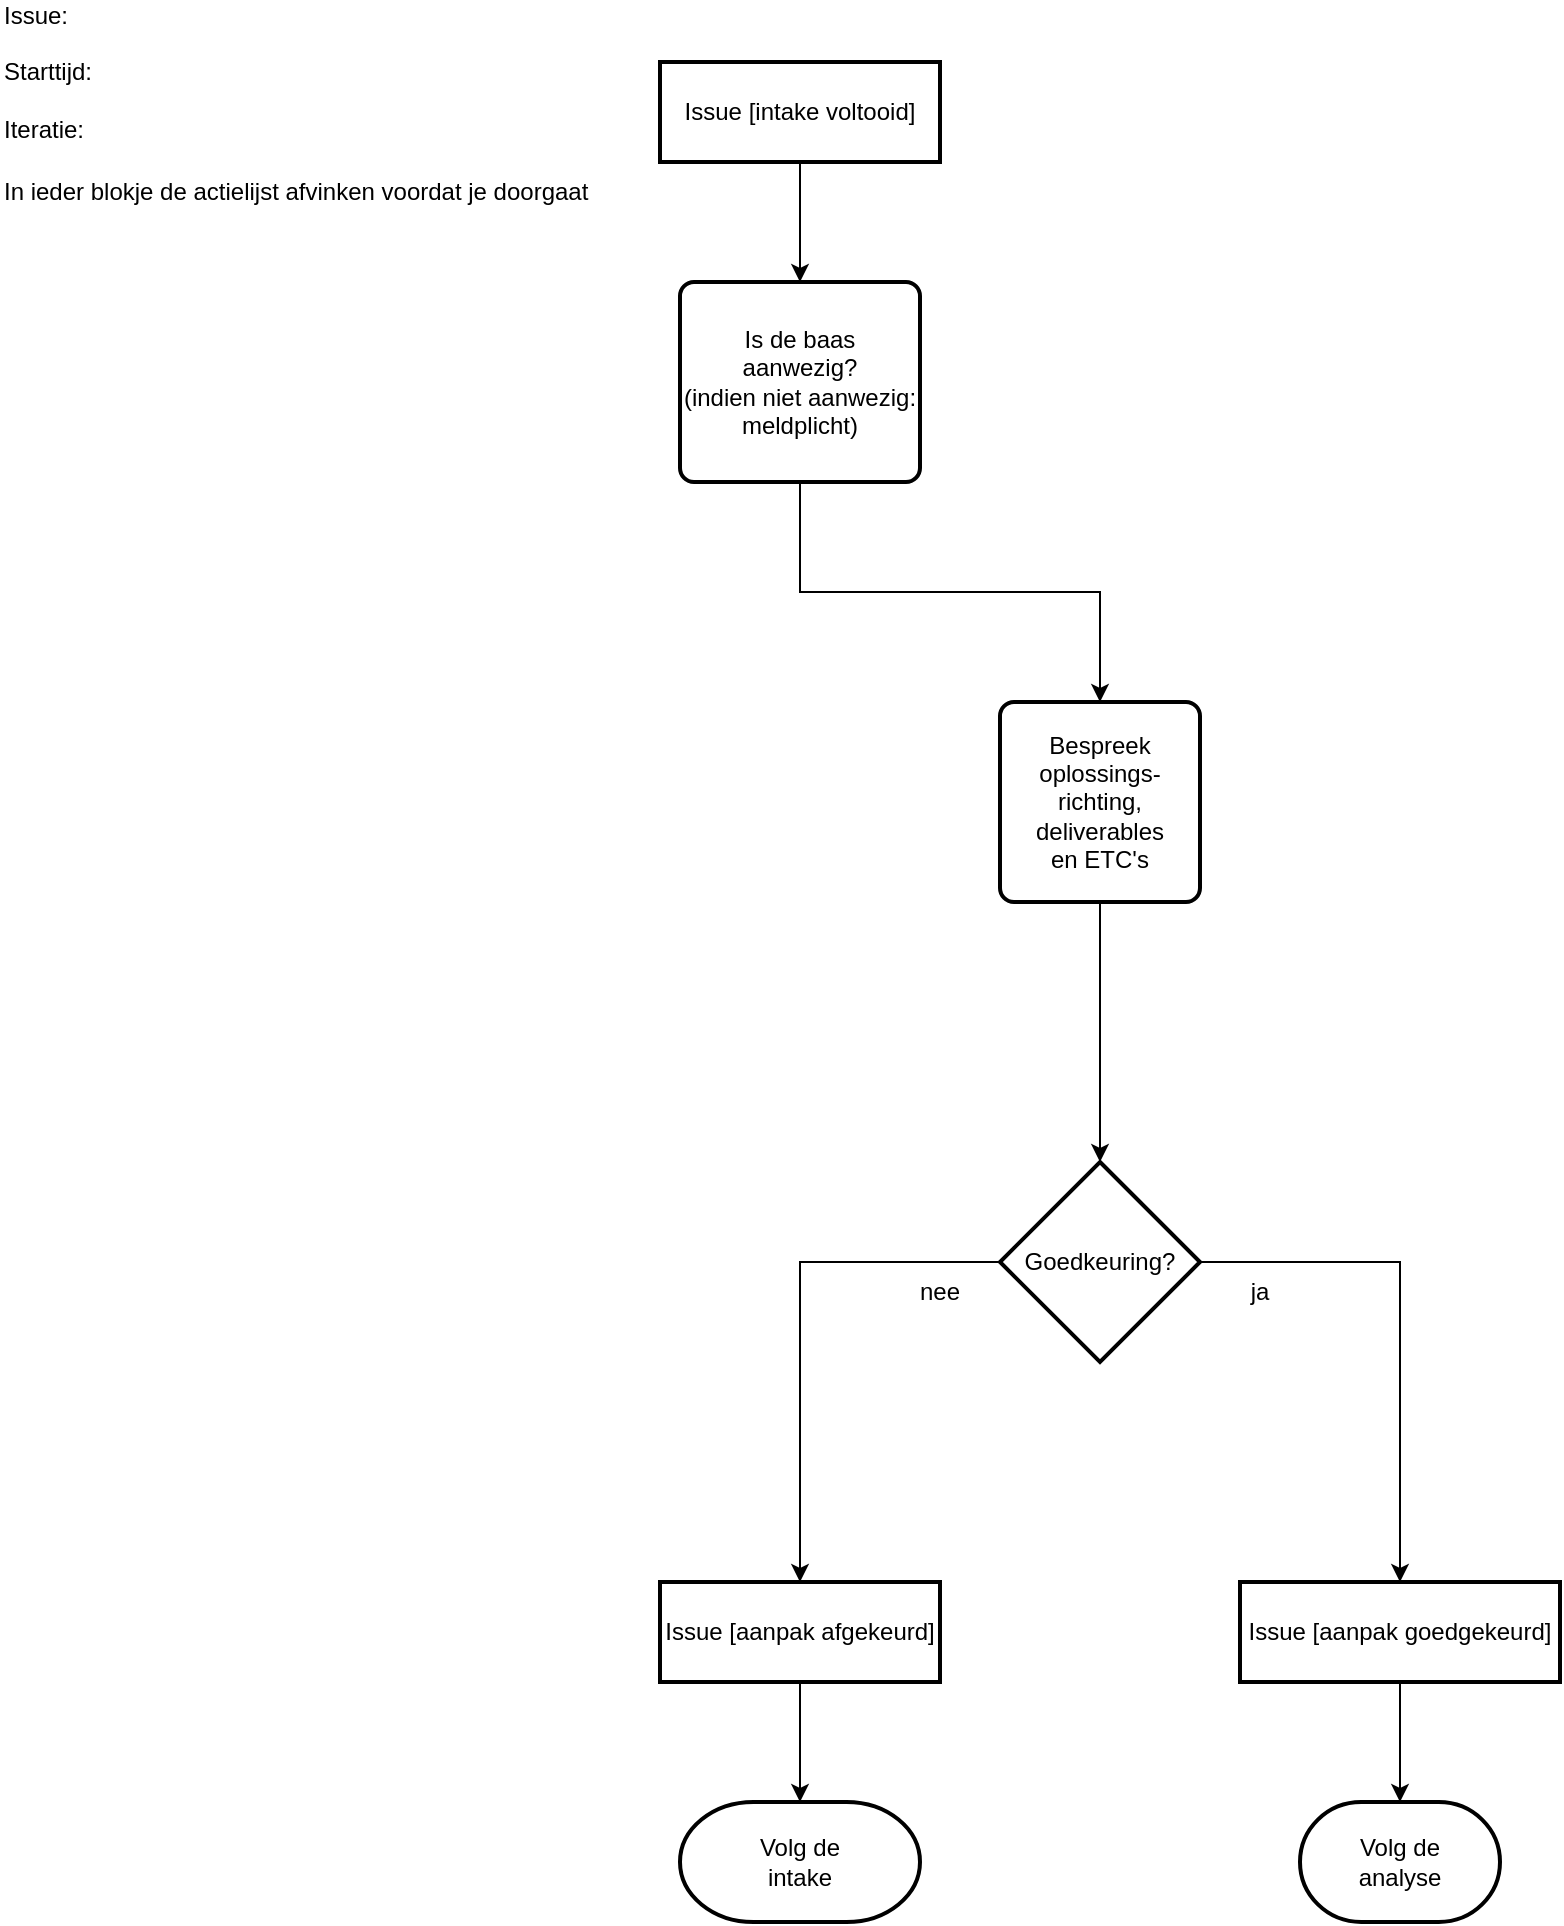
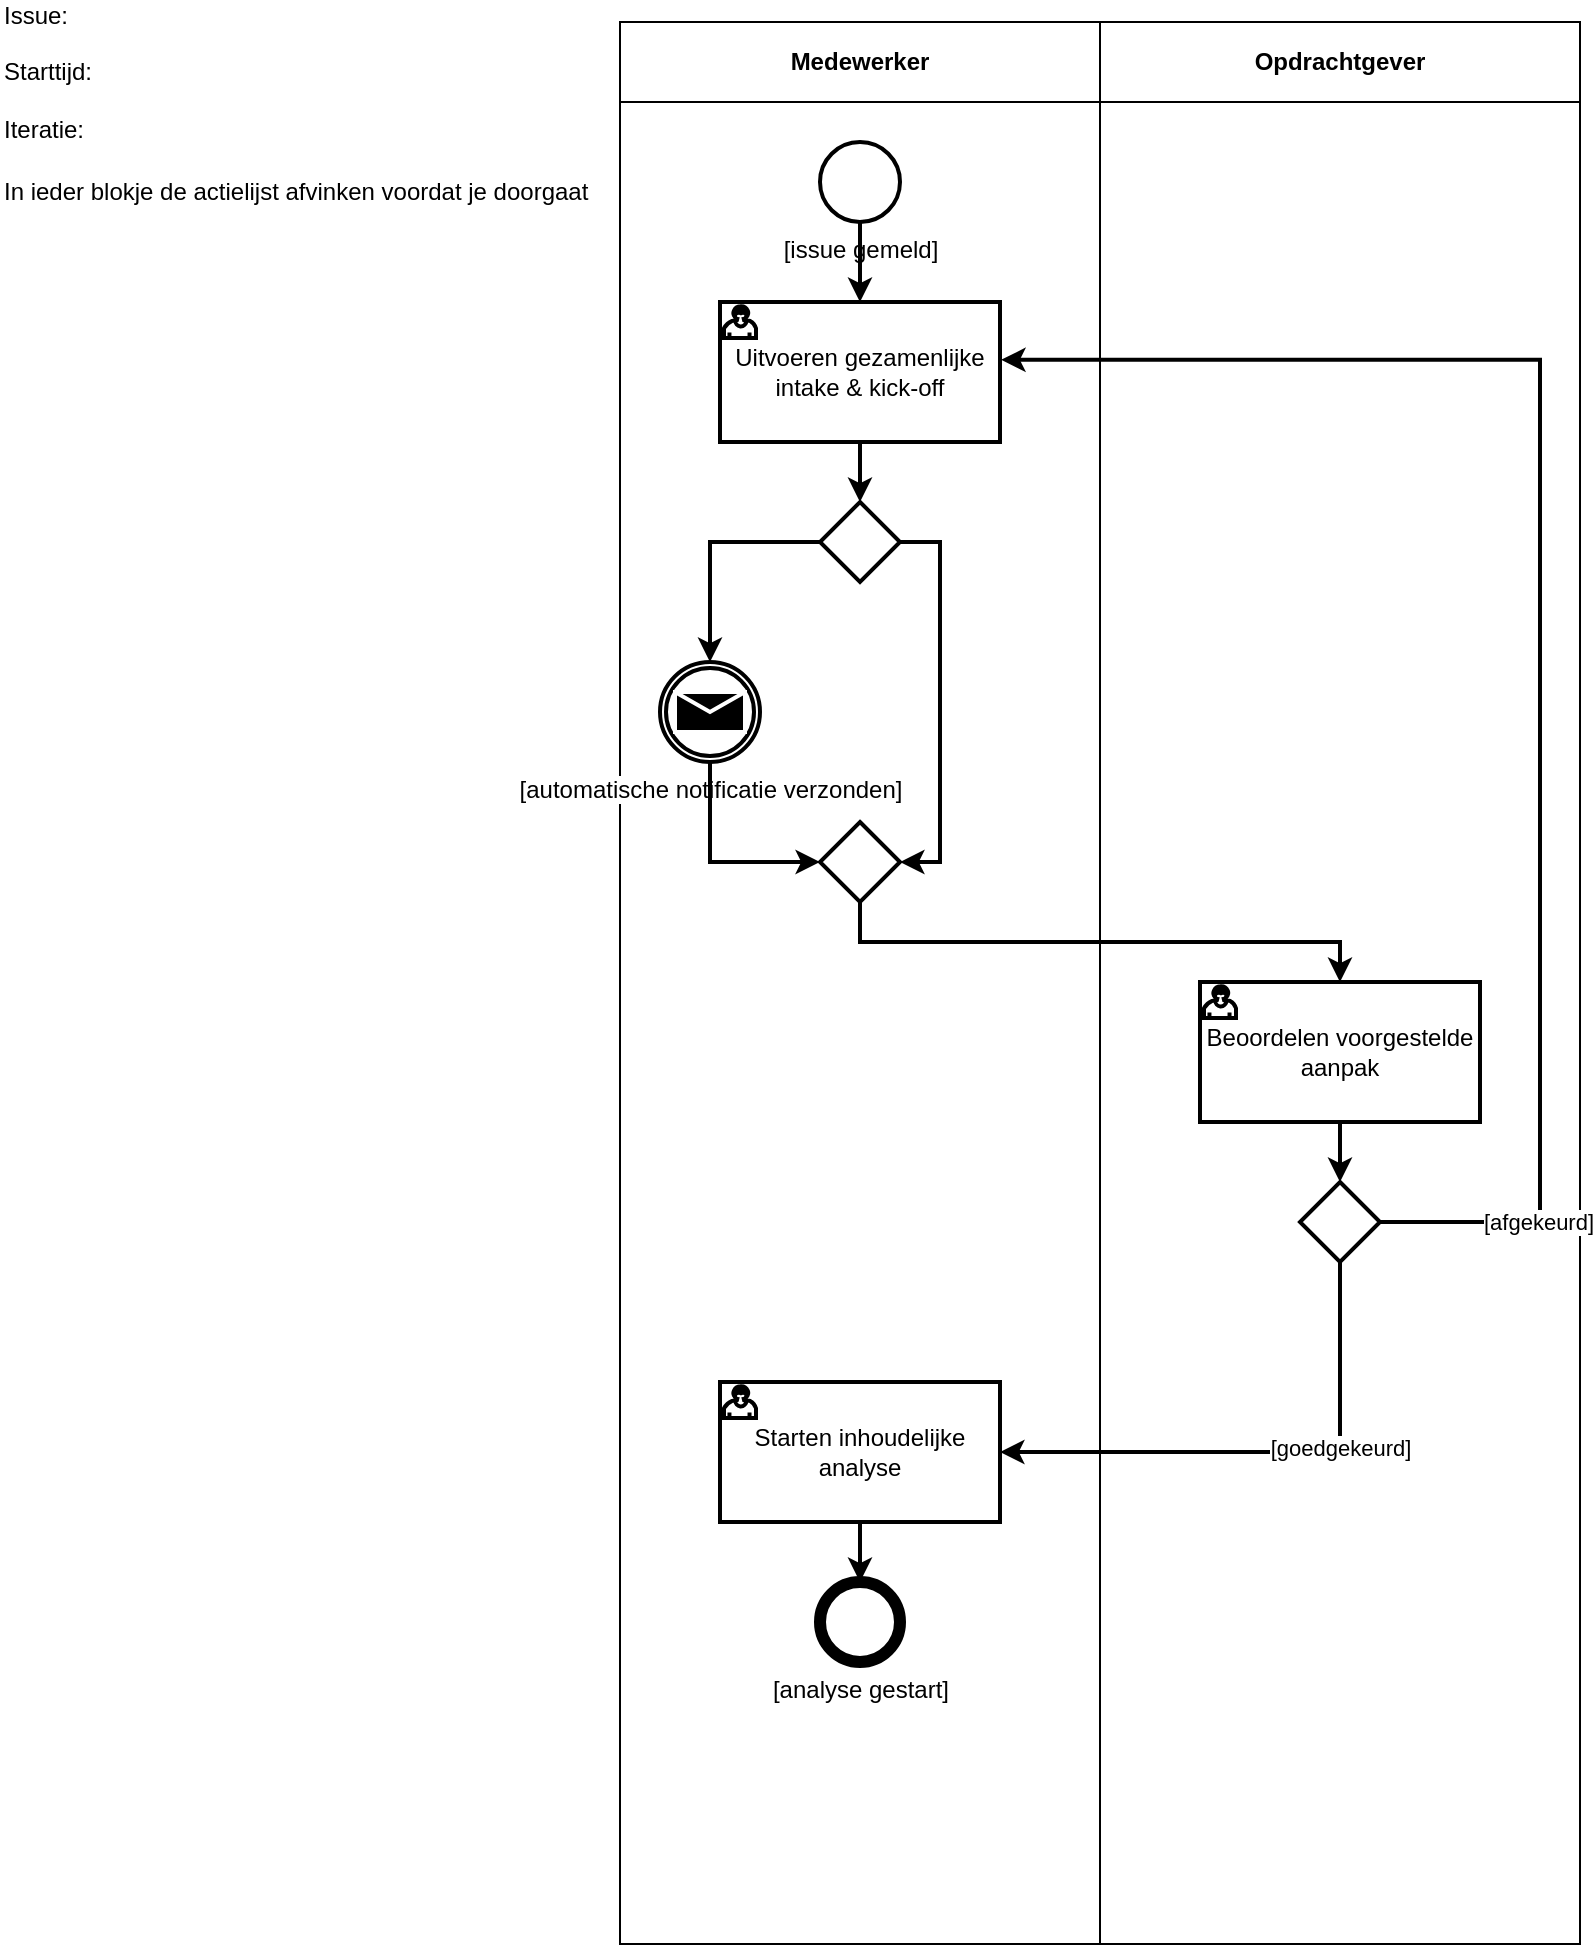
<mxfile host="Electron" agent="Mozilla/5.0 (Windows NT 10.0; Win64; x64) AppleWebKit/537.36 (KHTML, like Gecko) Chrome/143.0.0.0 Safari/537.36">
  <diagram name="Page-1" id="XNishPgJ8gbamc2b0VwM">
-     <mxGraphModel dx="1460" dy="999" grid="1" gridSize="10" guides="1" tooltips="1" connect="1" arrows="1" fold="1" page="1" pageScale="1" pageWidth="827" pageHeight="1169" math="0" shadow="0">
+     <mxGraphModel dx="2087" dy="999" grid="1" gridSize="10" guides="1" tooltips="1" connect="1" arrows="1" fold="1" page="1" pageScale="1" pageWidth="827" pageHeight="1169" math="0" shadow="0">
      <root>
        <mxCell id="0" />
        <mxCell id="1" parent="0" />
-         <object label="Issue [intake voltooid]" id="XehhIzECJeRqZ1Lm04T6-1">
-           <mxCell parent="1" style="rounded=0;whiteSpace=wrap;html=1;strokeWidth=2;" vertex="1">
-             <mxGeometry height="50" width="140" x="340" y="40" as="geometry" />
-           </mxCell>
-         </object>
-         <object label="Goedkeuring?" Action="203" id="XehhIzECJeRqZ1Lm04T6-2">
-           <mxCell parent="1" style="strokeWidth=2;html=1;shape=mxgraph.flowchart.decision;whiteSpace=wrap;" vertex="1">
-             <mxGeometry height="100" width="100" x="510" y="590" as="geometry" />
-           </mxCell>
-         </object>
-         <mxCell id="XehhIzECJeRqZ1Lm04T6-3" parent="1" style="text;html=1;whiteSpace=wrap;strokeColor=none;fillColor=none;align=center;verticalAlign=middle;rounded=0;" value="ja" vertex="1">
-           <mxGeometry height="30" width="60" x="610" y="640" as="geometry" />
+         <mxCell id="mIc6XLMKuAxiAPNymMe0-18" parent="1" style="shape=table;startSize=0;container=1;collapsible=0;childLayout=tableLayout;fixedHeader=1;" value="" vertex="1">
+           <mxGeometry height="961" width="480" x="320" y="20" as="geometry" />
        </mxCell>
-         <mxCell id="XehhIzECJeRqZ1Lm04T6-5" parent="1" style="text;html=1;whiteSpace=wrap;strokeColor=none;fillColor=none;align=center;verticalAlign=middle;rounded=0;" value="nee" vertex="1">
-           <mxGeometry height="30" width="60" x="450" y="640" as="geometry" />
+         <mxCell id="mIc6XLMKuAxiAPNymMe0-19" parent="mIc6XLMKuAxiAPNymMe0-18" style="shape=tableRow;horizontal=0;startSize=0;swimlaneHead=0;swimlaneBody=0;strokeColor=inherit;top=0;left=0;bottom=0;right=0;collapsible=0;dropTarget=0;fillColor=none;points=[[0,0.5],[1,0.5]];portConstraint=eastwest;fixedHeader=1;" value="" vertex="1">
+           <mxGeometry height="40" width="480" as="geometry" />
        </mxCell>
-         <object label="Volg de&lt;br&gt;analyse" Action="203T" id="XehhIzECJeRqZ1Lm04T6-6">
-           <mxCell parent="1" style="strokeWidth=2;html=1;shape=mxgraph.flowchart.terminator;whiteSpace=wrap;" vertex="1">
-             <mxGeometry height="60" width="100" x="660" y="910" as="geometry" />
-           </mxCell>
-         </object>
-         <mxCell id="XehhIzECJeRqZ1Lm04T6-7" edge="1" parent="1" source="XehhIzECJeRqZ1Lm04T6-2" style="edgeStyle=orthogonalEdgeStyle;rounded=0;orthogonalLoop=1;jettySize=auto;html=1;exitX=0;exitY=0.5;exitDx=0;exitDy=0;exitPerimeter=0;entryX=0.5;entryY=0;entryDx=0;entryDy=0;" target="object_aanpak_afgekeurd">
-           <mxGeometry relative="1" as="geometry" />
+         <mxCell id="mIc6XLMKuAxiAPNymMe0-20" parent="mIc6XLMKuAxiAPNymMe0-19" style="shape=partialRectangle;html=1;whiteSpace=wrap;connectable=0;strokeColor=inherit;overflow=hidden;fillColor=none;top=0;left=0;bottom=0;right=0;pointerEvents=1;" value="&lt;b&gt;Medewerker&lt;/b&gt;" vertex="1">
+           <mxGeometry height="40" width="240" as="geometry">
+             <mxRectangle height="40" width="240" as="alternateBounds" />
+           </mxGeometry>
        </mxCell>
-         <mxCell id="XehhIzECJeRqZ1Lm04T6-8" edge="1" parent="1" source="XehhIzECJeRqZ1Lm04T6-2" style="edgeStyle=orthogonalEdgeStyle;rounded=0;orthogonalLoop=1;jettySize=auto;html=1;exitX=1;exitY=0.5;exitDx=0;exitDy=0;exitPerimeter=0;entryX=0.5;entryY=0;entryDx=0;entryDy=0;" target="object_aanpak_goedgekeurd">
-           <mxGeometry relative="1" as="geometry" />
+         <mxCell id="mIc6XLMKuAxiAPNymMe0-21" parent="mIc6XLMKuAxiAPNymMe0-19" style="shape=partialRectangle;html=1;whiteSpace=wrap;connectable=0;strokeColor=inherit;overflow=hidden;fillColor=none;top=0;left=0;bottom=0;right=0;pointerEvents=1;" value="&lt;b&gt;Opdrachtgever&lt;/b&gt;" vertex="1">
+           <mxGeometry height="40" width="240" x="240" as="geometry">
+             <mxRectangle height="40" width="240" as="alternateBounds" />
+           </mxGeometry>
        </mxCell>
-         <object label="Issue [aanpak afgekeurd]" id="object_aanpak_afgekeurd">
-           <mxCell parent="1" style="rounded=0;whiteSpace=wrap;html=1;strokeWidth=2;" vertex="1">
-             <mxGeometry height="50" width="140" x="340" y="800" as="geometry" />
-           </mxCell>
-         </object>
-         <object label="Volg de&lt;br&gt;intake" Action="203F" id="terminator_volg_afgestemde_status">
-           <mxCell parent="1" style="strokeWidth=2;html=1;shape=mxgraph.flowchart.terminator;whiteSpace=wrap;" vertex="1">
-             <mxGeometry height="60" width="120" x="350" y="910" as="geometry" />
-           </mxCell>
-         </object>
-         <mxCell id="edge_afgekeurd_to_volg" edge="1" parent="1" source="object_aanpak_afgekeurd" style="edgeStyle=orthogonalEdgeStyle;rounded=0;orthogonalLoop=1;jettySize=auto;html=1;exitX=0.5;exitY=1;exitDx=0;exitDy=0;entryX=0.5;entryY=0;entryDx=0;entryDy=0;" target="terminator_volg_afgestemde_status" value="">
-           <mxGeometry relative="1" as="geometry" />
+         <mxCell id="mIc6XLMKuAxiAPNymMe0-22" parent="mIc6XLMKuAxiAPNymMe0-18" style="shape=tableRow;horizontal=0;startSize=0;swimlaneHead=0;swimlaneBody=0;strokeColor=inherit;top=0;left=0;bottom=0;right=0;collapsible=0;dropTarget=0;fillColor=none;points=[[0,0.5],[1,0.5]];portConstraint=eastwest;fixedHeader=1;" value="" vertex="1">
+           <mxGeometry height="921" width="480" y="40" as="geometry" />
        </mxCell>
-         <object label="Issue [aanpak goedgekeurd]" id="object_aanpak_goedgekeurd">
-           <mxCell parent="1" style="rounded=0;whiteSpace=wrap;html=1;strokeWidth=2;" vertex="1">
-             <mxGeometry height="50" width="160" x="630" y="800" as="geometry" />
-           </mxCell>
-         </object>
-         <mxCell id="edge_goedgekeurd_to_terminator" edge="1" parent="1" source="object_aanpak_goedgekeurd" style="edgeStyle=orthogonalEdgeStyle;rounded=0;orthogonalLoop=1;jettySize=auto;html=1;" target="XehhIzECJeRqZ1Lm04T6-6" value="">
-           <mxGeometry relative="1" as="geometry" />
+         <mxCell id="mIc6XLMKuAxiAPNymMe0-23" parent="mIc6XLMKuAxiAPNymMe0-22" style="shape=partialRectangle;html=1;whiteSpace=wrap;connectable=0;strokeColor=inherit;overflow=hidden;fillColor=none;top=0;left=0;bottom=0;right=0;pointerEvents=1;" value="" vertex="1">
+           <mxGeometry height="921" width="240" as="geometry">
+             <mxRectangle height="921" width="240" as="alternateBounds" />
+           </mxGeometry>
+         </mxCell>
+         <mxCell id="mIc6XLMKuAxiAPNymMe0-24" parent="mIc6XLMKuAxiAPNymMe0-22" style="shape=partialRectangle;html=1;whiteSpace=wrap;connectable=0;strokeColor=inherit;overflow=hidden;fillColor=none;top=0;left=0;bottom=0;right=0;pointerEvents=1;" value="" vertex="1">
+           <mxGeometry height="921" width="240" x="240" as="geometry">
+             <mxRectangle height="921" width="240" as="alternateBounds" />
+           </mxGeometry>
        </mxCell>
        <mxCell id="XehhIzECJeRqZ1Lm04T6-9" parent="1" style="text;html=1;align=left;verticalAlign=middle;whiteSpace=wrap;rounded=0;" value="Issue:&amp;nbsp; &amp;nbsp;&lt;br&gt;&lt;br&gt;Starttijd:&lt;br&gt;&lt;br&gt;Iteratie:&amp;nbsp;" vertex="1">
          <mxGeometry height="30" width="60" x="10" y="30" as="geometry" />
        </mxCell>
-         <mxCell id="XehhIzECJeRqZ1Lm04T6-10" edge="1" parent="1" source="XehhIzECJeRqZ1Lm04T6-11" style="edgeStyle=orthogonalEdgeStyle;rounded=0;orthogonalLoop=1;jettySize=auto;html=1;exitX=0.5;exitY=1;exitDx=0;exitDy=0;entryX=0.5;entryY=0;entryDx=0;entryDy=0;" target="XehhIzECJeRqZ1Lm04T6-19">
+         <mxCell id="XehhIzECJeRqZ1Lm04T6-21" parent="1" style="text;html=1;whiteSpace=wrap;strokeColor=none;fillColor=none;align=left;verticalAlign=middle;rounded=0;labelPosition=center;verticalLabelPosition=middle;" value="In ieder blokje de actielijst afvinken voordat je doorgaat" vertex="1">
+           <mxGeometry height="30" width="300" x="10" y="90" as="geometry" />
+         </mxCell>
+         <object label="[issue gemeld]" id="bpmn_start_event">
+           <mxCell parent="1" style="shape=mxgraph.bpmn.event;html=1;verticalLabelPosition=bottom;labelBackgroundColor=#ffffff;verticalAlign=top;align=center;perimeter=ellipsePerimeter;outlineConnect=0;aspect=fixed;outline=standard;symbol=general;strokeWidth=2;" vertex="1">
+             <mxGeometry height="40" width="40" x="420" y="80" as="geometry" />
+           </mxCell>
+         </object>
+         <object label="Uitvoeren gezamenlijke intake &amp;amp; kick-off" Action="201" id="bpmn_task_intake">
+           <mxCell parent="1" style="shape=mxgraph.bpmn.task;html=1;verticalAlign=middle;align=center;whiteSpace=wrap;taskMarker=user;strokeWidth=2;" vertex="1">
+             <mxGeometry height="70" width="140" x="370" y="160" as="geometry" />
+           </mxCell>
+         </object>
+         <object label="" id="bpmn_gateway_fork">
+           <mxCell parent="1" style="shape=mxgraph.bpmn.gateway;html=1;align=center;verticalAlign=middle;perimeter=rhombusPerimeter;outlineConnect=0;gatewaySymbol=parallel;strokeWidth=2;" vertex="1">
+             <mxGeometry height="40" width="40" x="420" y="260" as="geometry" />
+           </mxCell>
+         </object>
+         <object label="[automatische notificatie verzonden]" Action="202" id="bpmn_event_notification">
+           <mxCell parent="1" style="shape=mxgraph.bpmn.event;html=1;verticalLabelPosition=bottom;labelBackgroundColor=#ffffff;verticalAlign=top;align=center;perimeter=ellipsePerimeter;outlineConnect=0;aspect=fixed;outline=throwing;symbol=message;strokeWidth=2;" vertex="1">
+             <mxGeometry height="50" width="50" x="340" y="340" as="geometry" />
+           </mxCell>
+         </object>
+         <object label="" id="bpmn_gateway_join">
+           <mxCell parent="1" style="shape=mxgraph.bpmn.gateway;html=1;align=center;verticalAlign=middle;perimeter=rhombusPerimeter;outlineConnect=0;gatewaySymbol=parallel;strokeWidth=2;" vertex="1">
+             <mxGeometry height="40" width="40" x="420" y="420" as="geometry" />
+           </mxCell>
+         </object>
+         <object label="Beoordelen voorgestelde aanpak" Action="203" id="bpmn_task_beoordeling">
+           <mxCell parent="1" style="shape=mxgraph.bpmn.task;html=1;verticalAlign=middle;align=center;whiteSpace=wrap;taskMarker=user;strokeWidth=2;" vertex="1">
+             <mxGeometry height="70" width="140" x="610" y="500" as="geometry" />
+           </mxCell>
+         </object>
+         <object label="" id="bpmn_gateway_xor">
+           <mxCell parent="1" style="shape=mxgraph.bpmn.gateway;html=1;align=center;verticalAlign=middle;perimeter=rhombusPerimeter;outlineConnect=0;gatewaySymbol=exclusive;strokeWidth=2;" vertex="1">
+             <mxGeometry height="40" width="40" x="660" y="600" as="geometry" />
+           </mxCell>
+         </object>
+         <object label="Starten inhoudelijke analyse" Action="204" id="bpmn_task_analyse">
+           <mxCell parent="1" style="shape=mxgraph.bpmn.task;html=1;verticalAlign=middle;align=center;whiteSpace=wrap;taskMarker=user;strokeWidth=2;" vertex="1">
+             <mxGeometry height="70" width="140" x="370" y="700" as="geometry" />
+           </mxCell>
+         </object>
+         <object label="[analyse gestart]" id="bpmn_end_event">
+           <mxCell parent="1" style="shape=mxgraph.bpmn.event;html=1;verticalLabelPosition=bottom;labelBackgroundColor=#ffffff;verticalAlign=top;align=center;perimeter=ellipsePerimeter;outlineConnect=0;aspect=fixed;outline=end;symbol=general;strokeWidth=2;" vertex="1">
+             <mxGeometry height="40" width="40" x="420" y="800" as="geometry" />
+           </mxCell>
+         </object>
+         <mxCell id="edge_start_to_intake" edge="1" parent="1" source="bpmn_start_event" style="edgeStyle=orthogonalEdgeStyle;rounded=0;orthogonalLoop=1;jettySize=auto;html=1;strokeWidth=2;exitX=0.5;exitY=1;entryX=0.5;entryY=0;" target="bpmn_task_intake">
          <mxGeometry relative="1" as="geometry" />
        </mxCell>
-         <object label="Is de baas&lt;br&gt;aanwezig?&lt;br&gt;(indien niet aanwezig:&lt;br&gt;meldplicht)" Action="201" id="XehhIzECJeRqZ1Lm04T6-11">
-           <mxCell parent="1" style="rounded=1;whiteSpace=wrap;html=1;absoluteArcSize=1;arcSize=14;strokeWidth=2;" vertex="1">
-             <mxGeometry height="100" width="120" x="350" y="150" as="geometry" />
+         <mxCell id="edge_intake_to_fork" edge="1" parent="1" source="bpmn_task_intake" style="edgeStyle=orthogonalEdgeStyle;rounded=0;orthogonalLoop=1;jettySize=auto;html=1;strokeWidth=2;exitX=0.5;exitY=1;entryX=0.5;entryY=0;" target="bpmn_gateway_fork">
+           <mxGeometry relative="1" as="geometry" />
+         </mxCell>
+         <mxCell id="edge_fork_to_notification" edge="1" parent="1" source="bpmn_gateway_fork" style="edgeStyle=orthogonalEdgeStyle;rounded=0;orthogonalLoop=1;jettySize=auto;html=1;strokeWidth=2;exitX=0;exitY=0.5;entryX=0.5;entryY=0;" target="bpmn_event_notification">
+           <mxGeometry relative="1" as="geometry" />
+         </mxCell>
+         <mxCell id="edge_notification_to_join" edge="1" parent="1" source="bpmn_event_notification" style="edgeStyle=orthogonalEdgeStyle;rounded=0;orthogonalLoop=1;jettySize=auto;html=1;strokeWidth=2;exitX=0.5;exitY=1;entryX=0;entryY=0.5;" target="bpmn_gateway_join">
+           <mxGeometry relative="1" as="geometry" />
+         </mxCell>
+         <mxCell id="edge_fork_to_join_direct" edge="1" parent="1" source="bpmn_gateway_fork" style="edgeStyle=orthogonalEdgeStyle;rounded=0;orthogonalLoop=1;jettySize=auto;html=1;strokeWidth=2;exitX=1;exitY=0.5;entryX=1;entryY=0.5;" target="bpmn_gateway_join">
+           <mxGeometry relative="1" as="geometry">
+             <Array as="points">
+               <mxPoint x="480" y="280" />
+               <mxPoint x="480" y="440" />
+             </Array>
+           </mxGeometry>
+         </mxCell>
+         <mxCell id="edge_join_to_beoordelen" edge="1" parent="1" source="bpmn_gateway_join" style="edgeStyle=orthogonalEdgeStyle;rounded=0;orthogonalLoop=1;jettySize=auto;html=1;strokeWidth=2;exitX=0.5;exitY=1;entryX=0.5;entryY=0;" target="bpmn_task_beoordeling">
+           <mxGeometry relative="1" as="geometry" />
+         </mxCell>
+         <mxCell id="edge_beoordelen_to_xor" edge="1" parent="1" source="bpmn_task_beoordeling" style="edgeStyle=orthogonalEdgeStyle;rounded=0;orthogonalLoop=1;jettySize=auto;html=1;strokeWidth=2;exitX=0.5;exitY=1;entryX=0.5;entryY=0;" target="bpmn_gateway_xor">
+           <mxGeometry relative="1" as="geometry" />
+         </mxCell>
+         <object label="[goedgekeurd]" id="edge_xor_to_analyse">
+           <mxCell edge="1" parent="1" source="bpmn_gateway_xor" style="edgeStyle=orthogonalEdgeStyle;rounded=0;orthogonalLoop=1;jettySize=auto;html=1;strokeWidth=2;exitX=0.5;exitY=1;entryX=1;entryY=0.5;" target="bpmn_task_analyse">
+             <mxGeometry relative="1" x="-0.3" as="geometry">
+               <mxPoint as="offset" />
+             </mxGeometry>
          </mxCell>
        </object>
-         <mxCell id="XehhIzECJeRqZ1Lm04T6-18" edge="1" parent="1" source="XehhIzECJeRqZ1Lm04T6-19" style="edgeStyle=orthogonalEdgeStyle;rounded=0;orthogonalLoop=1;jettySize=auto;html=1;exitX=0.5;exitY=1;exitDx=0;exitDy=0;entryX=0.5;entryY=0;entryDx=0;entryDy=0;entryPerimeter=0;" target="XehhIzECJeRqZ1Lm04T6-2">
-           <mxGeometry relative="1" as="geometry" />
-         </mxCell>
-         <object label="Bespreek&lt;br&gt;oplossings-richting,&lt;br&gt;deliverables&lt;br&gt;en ETC&#39;s" Action="202" id="XehhIzECJeRqZ1Lm04T6-19">
-           <mxCell parent="1" style="rounded=1;whiteSpace=wrap;html=1;absoluteArcSize=1;arcSize=14;strokeWidth=2;" vertex="1">
-             <mxGeometry height="100" width="100" x="510" y="360" as="geometry" />
+         <object label="[afgekeurd]" id="edge_xor_to_intake">
+           <mxCell edge="1" parent="1" source="bpmn_gateway_xor" style="edgeStyle=orthogonalEdgeStyle;rounded=0;orthogonalLoop=1;jettySize=auto;html=1;strokeWidth=2;exitX=1;exitY=0.5;entryX=1.004;entryY=0.413;entryDx=0;entryDy=0;entryPerimeter=0;" target="bpmn_task_intake">
+             <mxGeometry relative="1" x="-0.7994" as="geometry">
+               <mxPoint as="offset" />
+               <Array as="points">
+                 <mxPoint x="780" y="620" />
+                 <mxPoint x="780" y="189" />
+               </Array>
+               <mxPoint x="540" y="190" as="targetPoint" />
+             </mxGeometry>
          </mxCell>
        </object>
-         <mxCell id="XehhIzECJeRqZ1Lm04T6-20" edge="1" parent="1" source="XehhIzECJeRqZ1Lm04T6-1" style="edgeStyle=orthogonalEdgeStyle;rounded=0;orthogonalLoop=1;jettySize=auto;html=1;exitX=0.5;exitY=1;exitDx=0;exitDy=0;exitPerimeter=0;entryX=0.5;entryY=0;entryDx=0;entryDy=0;" target="XehhIzECJeRqZ1Lm04T6-11">
+         <mxCell id="edge_analyse_to_end" edge="1" parent="1" source="bpmn_task_analyse" style="edgeStyle=orthogonalEdgeStyle;rounded=0;orthogonalLoop=1;jettySize=auto;html=1;strokeWidth=2;exitX=0.5;exitY=1;entryX=0.5;entryY=0;" target="bpmn_end_event">
          <mxGeometry relative="1" as="geometry" />
-         </mxCell>
-         <mxCell id="XehhIzECJeRqZ1Lm04T6-21" parent="1" style="text;html=1;whiteSpace=wrap;strokeColor=none;fillColor=none;align=left;verticalAlign=middle;rounded=0;labelPosition=center;verticalLabelPosition=middle;" value="In ieder blokje de actielijst afvinken voordat je doorgaat" vertex="1">
-           <mxGeometry height="30" width="300" x="10" y="90" as="geometry" />
        </mxCell>
      </root>
    </mxGraphModel>
  </diagram>
</mxfile>
